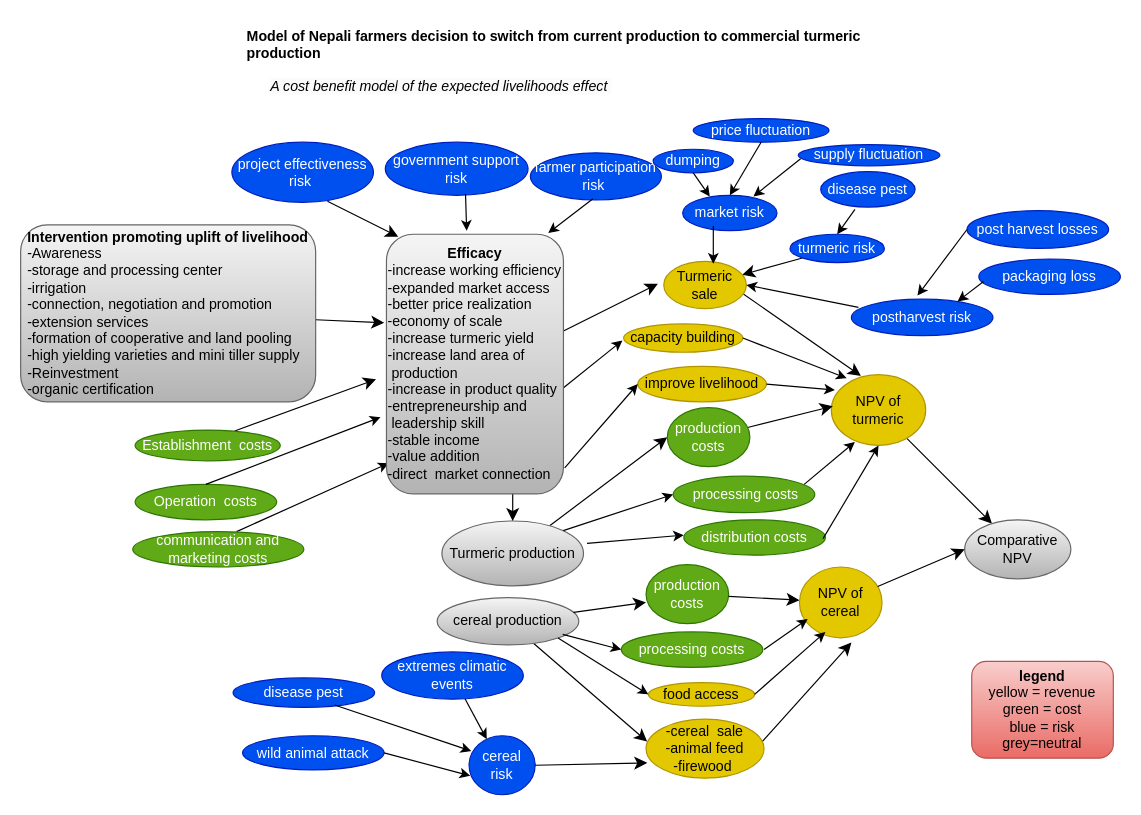
Above: Untitled Diagram.drawio in AditiBista/nepal_turmeric (draw.io), before the change. Source tidied: cells renumbered, new cells numbered last; positions are measured from the earlier drawing's top-left corner, leaving out a move shared by most shapes. Both pictures are drawn from the tidied source at 118%, with x=0, y=0 at pixel (20, 20).
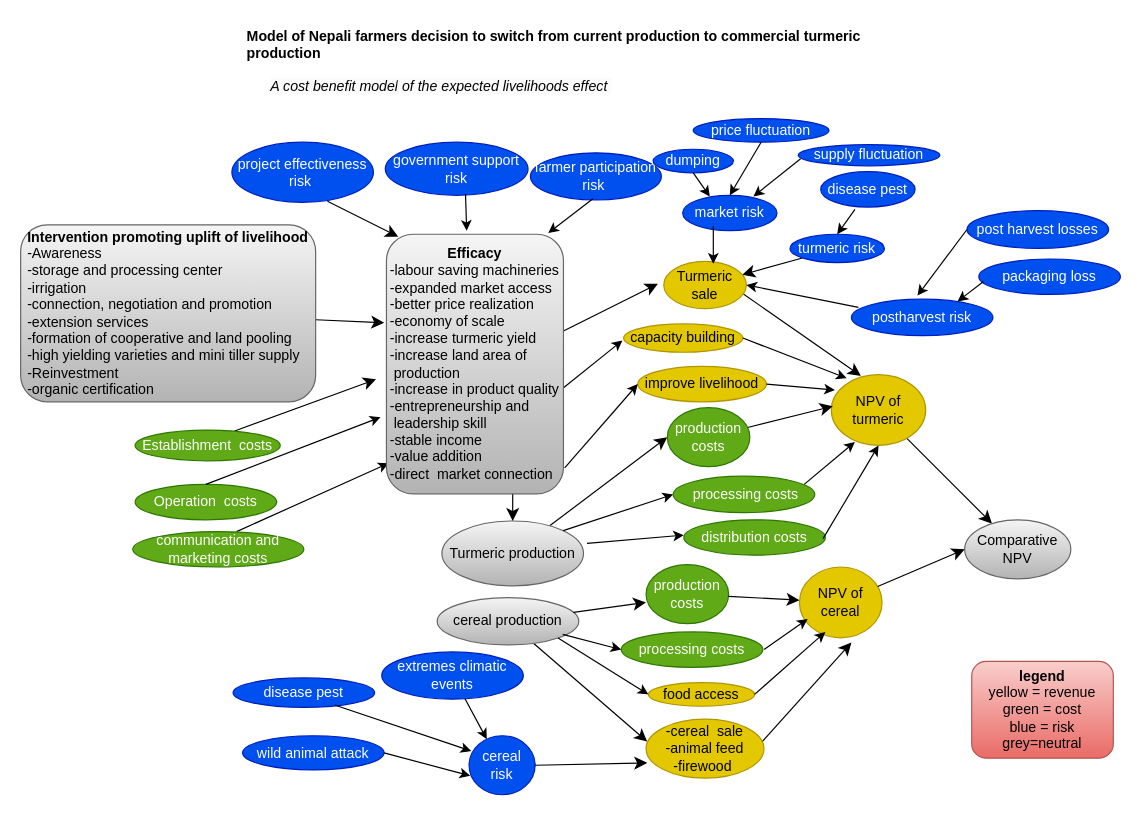
The same diagram, later.

The edit, as a diff of the source:
```diff
@@
-    <mxCell id="56" value="&lt;b style=&quot;border-color: var(--border-color); caret-color: rgb(0, 0, 0); color: rgb(0, 0, 0); font-family: Helvetica; font-size: 12px; font-style: normal; font-variant-caps: normal; letter-spacing: normal; text-align: center; text-indent: 0px; text-transform: none; word-spacing: 0px; -webkit-text-stroke-width: 0px; text-decoration: none;&quot;&gt;Efficacy&lt;/b&gt;&lt;br style=&quot;border-color: var(--border-color); caret-color: rgb(0, 0, 0); color: rgb(0, 0, 0); font-family: Helvetica; font-size: 12px; font-style: normal; font-variant-caps: normal; font-weight: 400; letter-spacing: normal; text-align: center; text-indent: 0px; text-transform: none; word-spacing: 0px; -webkit-text-stroke-width: 0px; text-decoration: none;&quot;&gt;&lt;div style=&quot;border-color: var(--border-color); caret-color: rgb(0, 0, 0); color: rgb(0, 0, 0); font-family: Helvetica; font-size: 12px; font-style: normal; font-variant-caps: normal; font-weight: 400; letter-spacing: normal; text-indent: 0px; text-transform: none; word-spacing: 0px; -webkit-text-stroke-width: 0px; text-decoration: none; text-align: justify;&quot;&gt;-increase working efficiency&lt;/div&gt;&lt;div style=&quot;border-color: var(--border-color); caret-color: rgb(0, 0, 0); color: rgb(0, 0, 0); font-family: Helvetica; font-size: 12px; font-style: normal; font-variant-caps: normal; font-weight: 400; letter-spacing: normal; text-indent: 0px; text-transform: none; word-spacing: 0px; -webkit-text-stroke-width: 0px; text-decoration: none; text-align: justify;&quot;&gt;-expanded market access&lt;/div&gt;&lt;div style=&quot;border-color: var(--border-color); caret-color: rgb(0, 0, 0); color: rgb(0, 0, 0); font-family: Helvetica; font-size: 12px; font-style: normal; font-variant-caps: normal; font-weight: 400; letter-spacing: normal; text-indent: 0px; text-transform: none; word-spacing: 0px; -webkit-text-stroke-width: 0px; text-decoration: none; text-align: justify;&quot;&gt;-better price realization&lt;/div&gt;&lt;div style=&quot;border-color: var(--border-color); caret-color: rgb(0, 0, 0); color: rgb(0, 0, 0); font-family: Helvetica; font-size: 12px; font-style: normal; font-variant-caps: normal; font-weight: 400; letter-spacing: normal; text-indent: 0px; text-transform: none; word-spacing: 0px; -webkit-text-stroke-width: 0px; text-decoration: none; text-align: justify;&quot;&gt;-economy of scale&lt;/div&gt;&lt;div style=&quot;border-color: var(--border-color); caret-color: rgb(0, 0, 0); color: rgb(0, 0, 0); font-family: Helvetica; font-size: 12px; font-style: normal; font-variant-caps: normal; font-weight: 400; letter-spacing: normal; text-indent: 0px; text-transform: none; word-spacing: 0px; -webkit-text-stroke-width: 0px; text-decoration: none; text-align: justify;&quot;&gt;-increase turmeric yield&amp;nbsp;&lt;/div&gt;&lt;div style=&quot;border-color: var(--border-color); caret-color: rgb(0, 0, 0); color: rgb(0, 0, 0); font-family: Helvetica; font-size: 12px; font-style: normal; font-variant-caps: normal; font-weight: 400; letter-spacing: normal; text-indent: 0px; text-transform: none; word-spacing: 0px; -webkit-text-stroke-width: 0px; text-decoration: none; text-align: justify;&quot;&gt;-increase land area of&lt;/div&gt;&lt;div style=&quot;border-color: var(--border-color); caret-color: rgb(0, 0, 0); color: rgb(0, 0, 0); font-family: Helvetica; font-size: 12px; font-style: normal; font-variant-caps: normal; font-weight: 400; letter-spacing: normal; text-indent: 0px; text-transform: none; word-spacing: 0px; -webkit-text-stroke-width: 0px; text-decoration: none; text-align: justify;&quot;&gt;&amp;nbsp;production&lt;/div&gt;&lt;div style=&quot;border-color: var(--border-color); caret-color: rgb(0, 0, 0); color: rgb(0, 0, 0); font-family: Helvetica; font-size: 12px; font-style: normal; font-variant-caps: normal; font-weight: 400; letter-spacing: normal; text-indent: 0px; text-transform: none; word-spacing: 0px; -webkit-text-stroke-width: 0px; text-decoration: none; text-align: justify;&quot;&gt;-increase in product quality&lt;/div&gt;&lt;div style=&quot;border-color: var(--border-color); caret-color: rgb(0, 0, 0); color: rgb(0, 0, 0); font-family: Helvetica; font-size: 12px; font-style: normal; font-variant-caps: normal; font-weight: 400; letter-spacing: normal; text-indent: 0px; text-transform: none; word-spacing: 0px; -webkit-text-stroke-width: 0px; text-decoration: none; text-align: justify;&quot;&gt;-entrepreneurship and&lt;/div&gt;&lt;div style=&quot;border-color: var(--border-color); caret-color: rgb(0, 0, 0); color: rgb(0, 0, 0); font-family: Helvetica; font-size: 12px; font-style: normal; font-variant-caps: normal; font-weight: 400; letter-spacing: normal; text-indent: 0px; text-transform: none; word-spacing: 0px; -webkit-text-stroke-width: 0px; text-decoration: none; text-align: justify;&quot;&gt;&amp;nbsp;leadership skill&lt;/div&gt;&lt;div style=&quot;border-color: var(--border-color); caret-color: rgb(0, 0, 0); color: rgb(0, 0, 0); font-family: Helvetica; font-size: 12px; font-style: normal; font-variant-caps: normal; font-weight: 400; letter-spacing: normal; text-indent: 0px; text-transform: none; word-spacing: 0px; -webkit-text-stroke-width: 0px; text-decoration: none; text-align: justify;&quot;&gt;-stable income&lt;/div&gt;&lt;div style=&quot;border-color: var(--border-color); caret-color: rgb(0, 0, 0); color: rgb(0, 0, 0); font-family: Helvetica; font-size: 12px; font-style: normal; font-variant-caps: normal; font-weight: 400; letter-spacing: normal; text-indent: 0px; text-transform: none; word-spacing: 0px; -webkit-text-stroke-width: 0px; text-decoration: none; text-align: justify;&quot;&gt;-value addition&lt;/div&gt;&lt;div style=&quot;border-color: var(--border-color); caret-color: rgb(0, 0, 0); color: rgb(0, 0, 0); font-family: Helvetica; font-size: 12px; font-style: normal; font-variant-caps: normal; font-weight: 400; letter-spacing: normal; text-indent: 0px; text-transform: none; word-spacing: 0px; -webkit-text-stroke-width: 0px; text-decoration: none; text-align: justify;&quot;&gt;-direct &amp;nbsp;market connection&lt;/div&gt;" style="rounded=1;whiteSpace=wrap;html=1;fillColor=#f5f5f5;gradientColor=#b3b3b3;strokeColor=#666666;" parent="1" vertex="1">
+    <mxCell id="56" value="&lt;b style=&quot;border-color: var(--border-color); caret-color: rgb(0, 0, 0); color: rgb(0, 0, 0); font-family: Helvetica; font-size: 12px; font-style: normal; font-variant-caps: normal; letter-spacing: normal; text-align: center; text-indent: 0px; text-transform: none; word-spacing: 0px; -webkit-text-stroke-width: 0px; text-decoration: none;&quot;&gt;Efficacy&lt;/b&gt;&lt;br style=&quot;border-color: var(--border-color); caret-color: rgb(0, 0, 0); color: rgb(0, 0, 0); font-family: Helvetica; font-size: 12px; font-style: normal; font-variant-caps: normal; font-weight: 400; letter-spacing: normal; text-align: center; text-indent: 0px; text-transform: none; word-spacing: 0px; -webkit-text-stroke-width: 0px; text-decoration: none;&quot;&gt;&lt;div style=&quot;border-color: var(--border-color); caret-color: rgb(0, 0, 0); color: rgb(0, 0, 0); font-family: Helvetica; font-size: 12px; font-style: normal; font-variant-caps: normal; font-weight: 400; letter-spacing: normal; text-indent: 0px; text-transform: none; word-spacing: 0px; -webkit-text-stroke-width: 0px; text-decoration: none; text-align: justify;&quot;&gt;-labour saving machineries&lt;/div&gt;&lt;div style=&quot;border-color: var(--border-color); caret-color: rgb(0, 0, 0); color: rgb(0, 0, 0); font-family: Helvetica; font-size: 12px; font-style: normal; font-variant-caps: normal; font-weight: 400; letter-spacing: normal; text-indent: 0px; text-transform: none; word-spacing: 0px; -webkit-text-stroke-width: 0px; text-decoration: none; text-align: justify;&quot;&gt;-expanded market access&lt;/div&gt;&lt;div style=&quot;border-color: var(--border-color); caret-color: rgb(0, 0, 0); color: rgb(0, 0, 0); font-family: Helvetica; font-size: 12px; font-style: normal; font-variant-caps: normal; font-weight: 400; letter-spacing: normal; text-indent: 0px; text-transform: none; word-spacing: 0px; -webkit-text-stroke-width: 0px; text-decoration: none; text-align: justify;&quot;&gt;-better price realization&lt;/div&gt;&lt;div style=&quot;border-color: var(--border-color); caret-color: rgb(0, 0, 0); color: rgb(0, 0, 0); font-family: Helvetica; font-size: 12px; font-style: normal; font-variant-caps: normal; font-weight: 400; letter-spacing: normal; text-indent: 0px; text-transform: none; word-spacing: 0px; -webkit-text-stroke-width: 0px; text-decoration: none; text-align: justify;&quot;&gt;-economy of scale&lt;/div&gt;&lt;div style=&quot;border-color: var(--border-color); caret-color: rgb(0, 0, 0); color: rgb(0, 0, 0); font-family: Helvetica; font-size: 12px; font-style: normal; font-variant-caps: normal; font-weight: 400; letter-spacing: normal; text-indent: 0px; text-transform: none; word-spacing: 0px; -webkit-text-stroke-width: 0px; text-decoration: none; text-align: justify;&quot;&gt;-increase turmeric yield&amp;nbsp;&lt;/div&gt;&lt;div style=&quot;border-color: var(--border-color); caret-color: rgb(0, 0, 0); color: rgb(0, 0, 0); font-family: Helvetica; font-size: 12px; font-style: normal; font-variant-caps: normal; font-weight: 400; letter-spacing: normal; text-indent: 0px; text-transform: none; word-spacing: 0px; -webkit-text-stroke-width: 0px; text-decoration: none; text-align: justify;&quot;&gt;-increase land area of&lt;/div&gt;&lt;div style=&quot;border-color: var(--border-color); caret-color: rgb(0, 0, 0); color: rgb(0, 0, 0); font-family: Helvetica; font-size: 12px; font-style: normal; font-variant-caps: normal; font-weight: 400; letter-spacing: normal; text-indent: 0px; text-transform: none; word-spacing: 0px; -webkit-text-stroke-width: 0px; text-decoration: none; text-align: justify;&quot;&gt;&amp;nbsp;production&lt;/div&gt;&lt;div style=&quot;border-color: var(--border-color); caret-color: rgb(0, 0, 0); color: rgb(0, 0, 0); font-family: Helvetica; font-size: 12px; font-style: normal; font-variant-caps: normal; font-weight: 400; letter-spacing: normal; text-indent: 0px; text-transform: none; word-spacing: 0px; -webkit-text-stroke-width: 0px; text-decoration: none; text-align: justify;&quot;&gt;-increase in product quality&lt;/div&gt;&lt;div style=&quot;border-color: var(--border-color); caret-color: rgb(0, 0, 0); color: rgb(0, 0, 0); font-family: Helvetica; font-size: 12px; font-style: normal; font-variant-caps: normal; font-weight: 400; letter-spacing: normal; text-indent: 0px; text-transform: none; word-spacing: 0px; -webkit-text-stroke-width: 0px; text-decoration: none; text-align: justify;&quot;&gt;-entrepreneurship and&lt;/div&gt;&lt;div style=&quot;border-color: var(--border-color); caret-color: rgb(0, 0, 0); color: rgb(0, 0, 0); font-family: Helvetica; font-size: 12px; font-style: normal; font-variant-caps: normal; font-weight: 400; letter-spacing: normal; text-indent: 0px; text-transform: none; word-spacing: 0px; -webkit-text-stroke-width: 0px; text-decoration: none; text-align: justify;&quot;&gt;&amp;nbsp;leadership skill&lt;/div&gt;&lt;div style=&quot;border-color: var(--border-color); caret-color: rgb(0, 0, 0); color: rgb(0, 0, 0); font-family: Helvetica; font-size: 12px; font-style: normal; font-variant-caps: normal; font-weight: 400; letter-spacing: normal; text-indent: 0px; text-transform: none; word-spacing: 0px; -webkit-text-stroke-width: 0px; text-decoration: none; text-align: justify;&quot;&gt;-stable income&lt;/div&gt;&lt;div style=&quot;border-color: var(--border-color); caret-color: rgb(0, 0, 0); color: rgb(0, 0, 0); font-family: Helvetica; font-size: 12px; font-style: normal; font-variant-caps: normal; font-weight: 400; letter-spacing: normal; text-indent: 0px; text-transform: none; word-spacing: 0px; -webkit-text-stroke-width: 0px; text-decoration: none; text-align: justify;&quot;&gt;-value addition&lt;/div&gt;&lt;div style=&quot;border-color: var(--border-color); caret-color: rgb(0, 0, 0); color: rgb(0, 0, 0); font-family: Helvetica; font-size: 12px; font-style: normal; font-variant-caps: normal; font-weight: 400; letter-spacing: normal; text-indent: 0px; text-transform: none; word-spacing: 0px; -webkit-text-stroke-width: 0px; text-decoration: none; text-align: justify;&quot;&gt;-direct &amp;nbsp;market connection&lt;/div&gt;" style="rounded=1;whiteSpace=wrap;html=1;fillColor=#f5f5f5;gradientColor=#b3b3b3;strokeColor=#666666;" parent="1" vertex="1">
       <mxGeometry x="310" y="181" width="150" height="220" as="geometry" />
     </mxCell>
```
